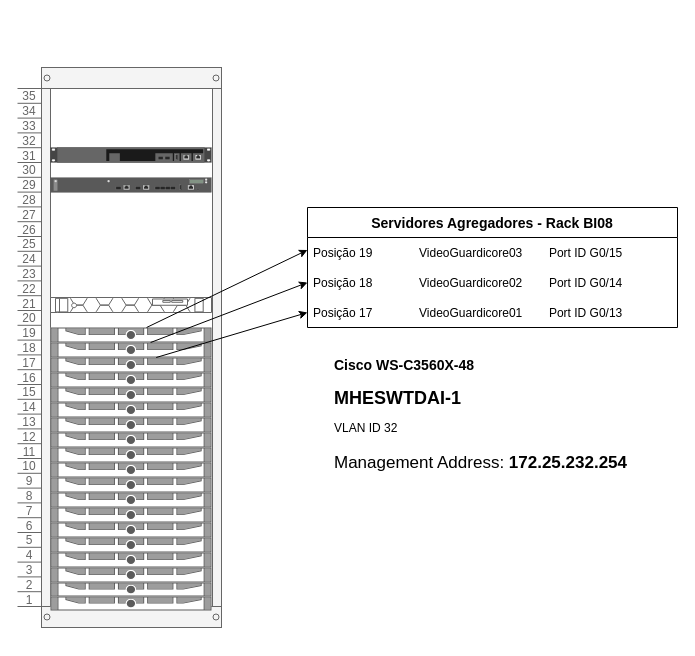
Earlier version of the draw.io diagram infra_VOC.drawio (eloyx3x/Diagramas). Source tidied: cells renumbered, new cells numbered last; positions are measured from the earlier drawing's top-left corner, leaving out a move shared by most shapes. Both pictures are drawn from the tidied source at 100%, with x=0, y=0 at pixel (17, 67).
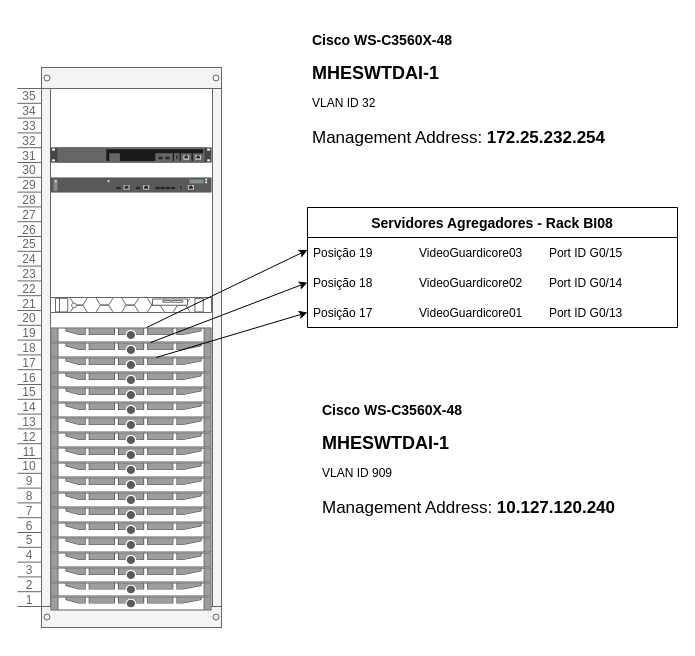
The same page after the edit.

What changed in the source:
```diff
@@
     <mxCell id="32" value="&lt;h1 style=&quot;font-size: 18px;&quot;&gt;&lt;font style=&quot;font-size: 14px;&quot;&gt;Cisco WS-C3560X-48&lt;/font&gt;&lt;/h1&gt;&lt;h1 style=&quot;font-size: 18px;&quot;&gt;&lt;font style=&quot;font-size: 18px;&quot;&gt;MHESWTDAI-1&lt;/font&gt;&lt;/h1&gt;&lt;p&gt;VLAN ID 32&lt;/p&gt;&lt;p style=&quot;font-size: 17px;&quot;&gt;Management Address: &lt;b&gt;&lt;font style=&quot;font-size: 17px;&quot;&gt;172.25.232.254&lt;/font&gt;&lt;/b&gt;&lt;br&gt;&lt;/p&gt;" style="text;html=1;strokeColor=none;fillColor=none;spacing=5;spacingTop=-20;whiteSpace=wrap;overflow=hidden;rounded=0;" parent="1" vertex="1">
-      <mxGeometry x="312" y="285" width="326" height="155" as="geometry" />
+      <mxGeometry x="290" y="-40" width="326" height="125" as="geometry" />
     </mxCell>
+    <mxCell id="33" value="&lt;h1 style=&quot;font-size: 18px;&quot;&gt;&lt;font style=&quot;font-size: 14px;&quot;&gt;Cisco WS-C3560X-48&lt;/font&gt;&lt;/h1&gt;&lt;h1 style=&quot;font-size: 18px;&quot;&gt;&lt;font style=&quot;font-size: 18px;&quot;&gt;MHESWTDAI-1&lt;/font&gt;&lt;/h1&gt;&lt;p&gt;VLAN ID 909&lt;br&gt;&lt;/p&gt;&lt;p style=&quot;font-size: 17px;&quot;&gt;Management Address: &lt;b&gt;&lt;font style=&quot;font-size: 17px;&quot;&gt;10.127.120.240&lt;/font&gt;&lt;/b&gt;&lt;br&gt;&lt;/p&gt;" style="text;html=1;strokeColor=none;fillColor=none;spacing=5;spacingTop=-20;whiteSpace=wrap;overflow=hidden;rounded=0;" parent="1" vertex="1">
+      <mxGeometry x="300" y="330" width="326" height="125" as="geometry" />
+    </mxCell>
```
